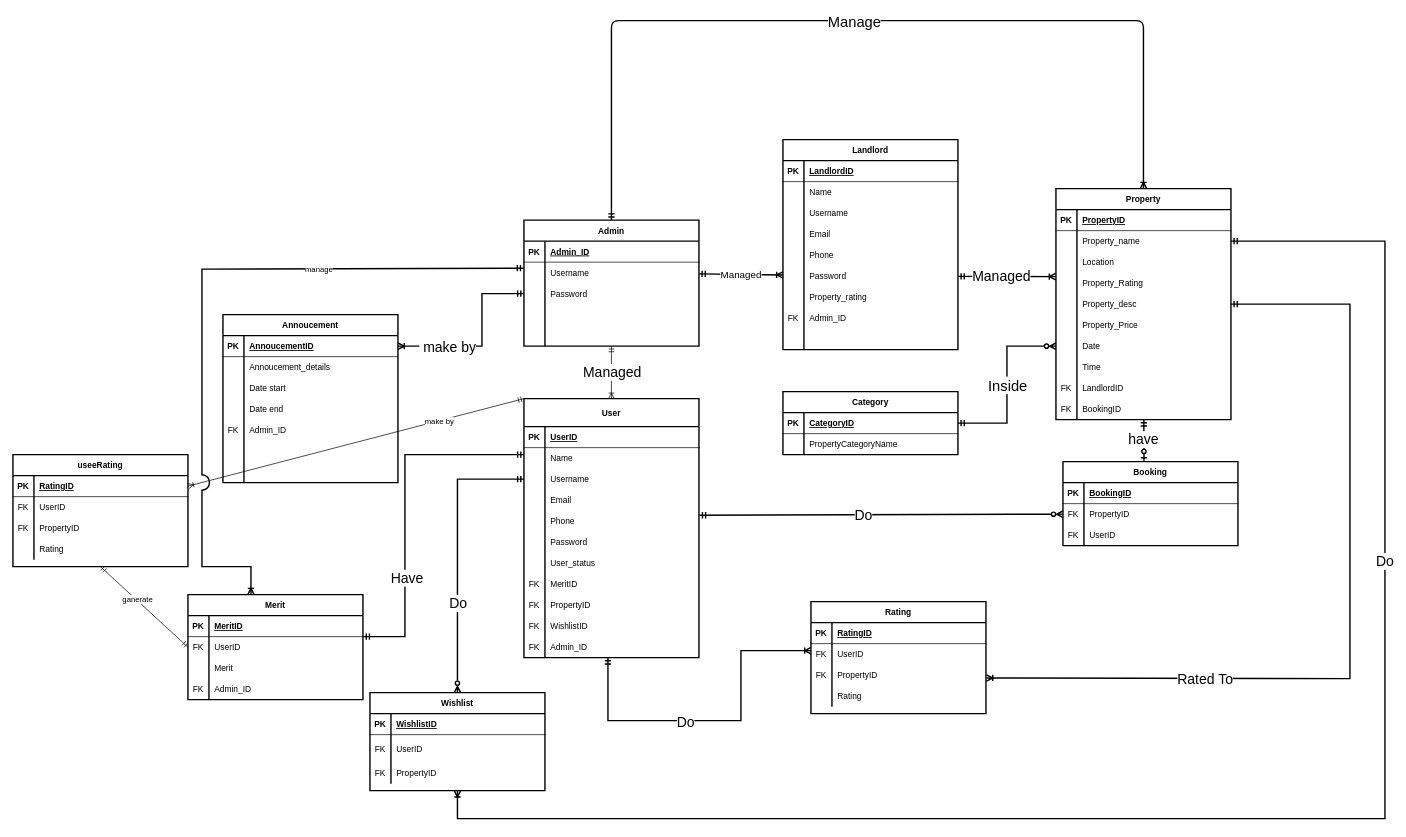
The draw.io diagram DFD FYP/ERD.drawio in SNOW15782/Fyp, before the edit. Source tidied: cells renumbered, new cells numbered last; positions are measured from the earlier drawing's top-left corner, leaving out a move shared by most shapes. Both pictures are drawn from the tidied source at 70%, with x=0, y=0 at pixel (13, 20).
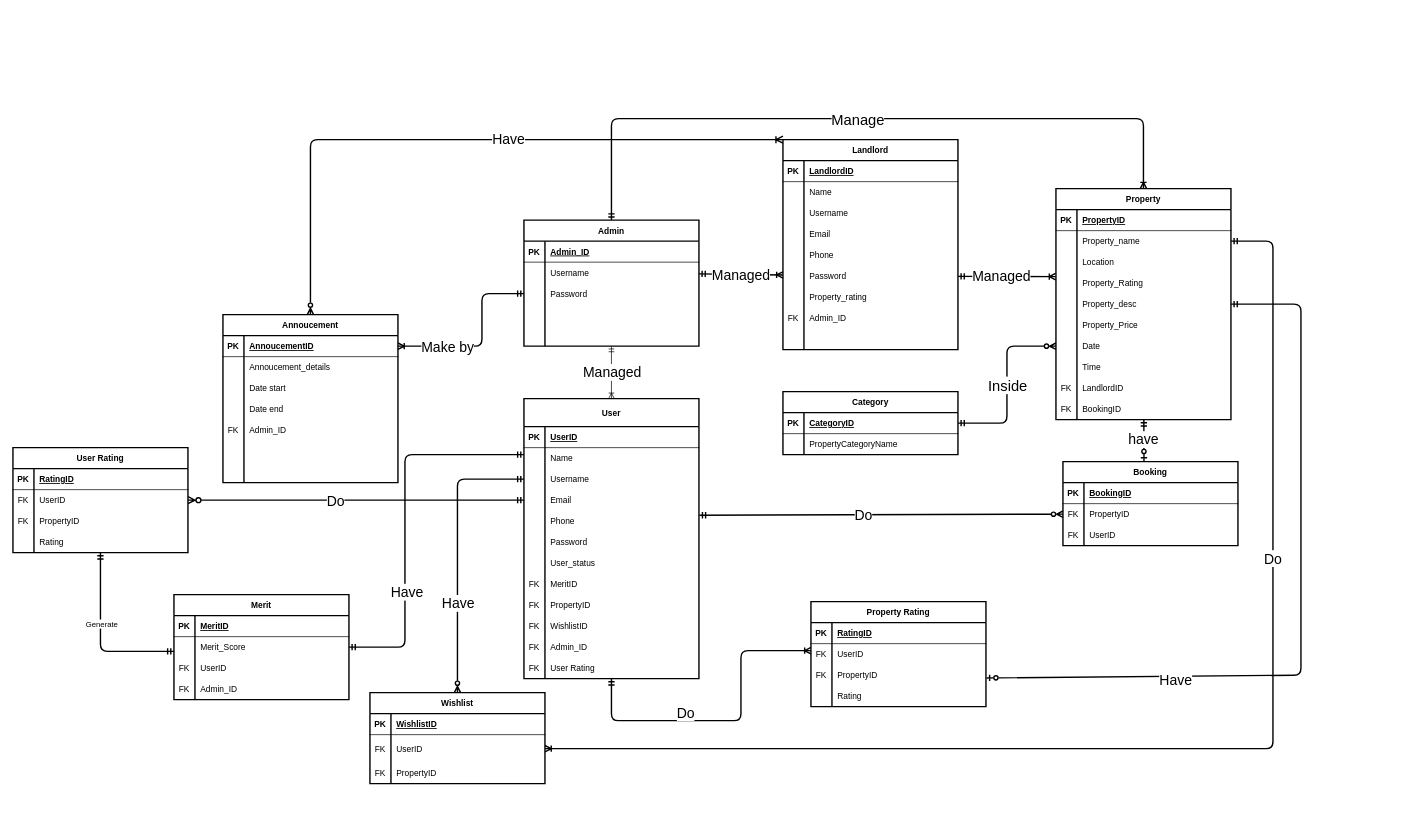
After the change.

Unchanged cells that the change refers to:
```xml
<mxCell id="30" style="shape=partialRectangle;fillColor=none;points=[[0,0.5],[1,0.5]];portConstraint=eastwest;top=0;left=0;right=0;bottom=0;" parent="23" vertex="1">
  <mxGeometry y="100" width="250" height="30" as="geometry" />
</mxCell>
<mxCell id="33" style="shape=partialRectangle;fillColor=none;points=[[0,0.5],[1,0.5]];portConstraint=eastwest;top=0;left=0;right=0;bottom=0;" parent="23" vertex="1">
  <mxGeometry y="130" width="250" height="30" as="geometry" />
</mxCell>
<mxCell id="54" style="shape=partialRectangle;fillColor=none;points=[[0,0.5],[1,0.5]];portConstraint=eastwest;top=0;left=0;right=0;bottom=0;" parent="23" vertex="1">
  <mxGeometry y="340" width="250" height="30" as="geometry" />
</mxCell>
<mxCell id="67" value="Annoucement" style="shape=table;startSize=30;childLayout=tableLayout;rowLines=0;fontStyle=1;align=center;strokeWidth=2;" parent="1" vertex="1">
  <mxGeometry x="300" y="420" width="250" height="240" as="geometry" />
</mxCell>
<mxCell id="68" style="shape=partialRectangle;fillColor=none;points=[[0,0.5],[1,0.5]];portConstraint=eastwest;top=0;left=0;right=0;bottom=1;" parent="67" vertex="1">
  <mxGeometry y="30" width="250" height="30" as="geometry" />
</mxCell>
<mxCell id="95" value="Admin" style="shape=table;startSize=30;childLayout=tableLayout;rowLines=0;fontStyle=1;align=center;strokeWidth=2;" parent="1" vertex="1">
  <mxGeometry x="730" y="285" width="250" height="180" as="geometry" />
</mxCell>
<mxCell id="99" style="shape=partialRectangle;fillColor=none;points=[[0,0.5],[1,0.5]];portConstraint=eastwest;top=0;left=0;right=0;bottom=0;" parent="95" vertex="1">
  <mxGeometry y="60" width="250" height="30" as="geometry" />
</mxCell>
<mxCell id="102" style="shape=partialRectangle;fillColor=none;points=[[0,0.5],[1,0.5]];portConstraint=eastwest;top=0;left=0;right=0;bottom=0;" parent="95" vertex="1">
  <mxGeometry y="90" width="250" height="30" as="geometry" />
</mxCell>
<mxCell id="111" value="Landlord" style="shape=table;startSize=30;childLayout=tableLayout;rowLines=0;fontStyle=1;align=center;strokeWidth=2;" parent="1" vertex="1">
  <mxGeometry x="1100" y="170" width="250" height="300" as="geometry" />
</mxCell>
<mxCell id="145" value="Property" style="shape=table;startSize=30;childLayout=tableLayout;rowLines=0;fontStyle=1;align=center;strokeWidth=2;" parent="1" vertex="1">
  <mxGeometry x="1490" y="240" width="250" height="330" as="geometry" />
</mxCell>
<mxCell id="149" style="shape=partialRectangle;fillColor=none;points=[[0,0.5],[1,0.5]];portConstraint=eastwest;top=0;left=0;right=0;bottom=0;" parent="145" vertex="1">
  <mxGeometry y="60" width="250" height="30" as="geometry" />
</mxCell>
<mxCell id="164" style="shape=partialRectangle;fillColor=none;points=[[0,0.5],[1,0.5]];portConstraint=eastwest;top=0;left=0;right=0;bottom=0;" parent="145" vertex="1">
  <mxGeometry y="210" width="250" height="30" as="geometry" />
</mxCell>
<mxCell id="178" style="edgeStyle=none;html=1;startArrow=ERmandOne;startFill=0;endArrow=ERoneToMany;endFill=0;strokeWidth=2;" parent="1" edge="1" source="99" target="127">
  <mxGeometry relative="1" as="geometry" />
</mxCell>
<mxCell id="186" style="shape=partialRectangle;fillColor=none;points=[[0,0.5],[1,0.5]];portConstraint=eastwest;top=0;left=0;right=0;bottom=0;" parent="182" vertex="1">
  <mxGeometry y="60" width="250" height="40" as="geometry" />
</mxCell>
<mxCell id="196" style="shape=partialRectangle;fillColor=none;points=[[0,0.5],[1,0.5]];portConstraint=eastwest;top=0;left=0;right=0;bottom=0;" parent="192" vertex="1">
  <mxGeometry y="60" width="250" height="30" as="geometry" />
</mxCell>
<mxCell id="199" style="shape=partialRectangle;fillColor=none;points=[[0,0.5],[1,0.5]];portConstraint=eastwest;top=0;left=0;right=0;bottom=0;" parent="192" vertex="1">
  <mxGeometry y="90" width="250" height="30" as="geometry" />
</mxCell>
<mxCell id="210" style="shape=partialRectangle;fillColor=none;points=[[0,0.5],[1,0.5]];portConstraint=eastwest;top=0;left=0;right=0;bottom=1;" parent="209" vertex="1">
  <mxGeometry y="30" width="250" height="30" as="geometry" />
</mxCell>
<mxCell id="219" style="shape=partialRectangle;fillColor=none;points=[[0,0.5],[1,0.5]];portConstraint=eastwest;top=0;left=0;right=0;bottom=1;" parent="218" vertex="1">
  <mxGeometry y="30" width="250" height="30" as="geometry" />
</mxCell>
<mxCell id="222" style="shape=partialRectangle;fillColor=none;points=[[0,0.5],[1,0.5]];portConstraint=eastwest;top=0;left=0;right=0;bottom=0;" parent="218" vertex="1">
  <mxGeometry y="60" width="250" height="30" as="geometry" />
</mxCell>
```

What changed in the source:
```diff
@@
-    <mxCell id="2" style="edgeStyle=none;rounded=0;html=1;startArrow=ERmandOne;startFill=0;endArrow=ERmandOne;endFill=0;exitX=1.001;exitY=-0.003;exitDx=0;exitDy=0;exitPerimeter=0;strokeWidth=2;" parent="1" edge="1" source="8">
+    <mxCell id="2" style="edgeStyle=none;rounded=1;html=1;startArrow=ERmandOne;startFill=0;endArrow=ERmandOne;endFill=0;exitX=1;exitY=0.5;exitDx=0;exitDy=0;strokeWidth=2;" parent="1" edge="1" source="11">
       <mxGeometry relative="1" as="geometry">
         <mxPoint x="730" y="620" as="targetPoint" />
         <Array as="points">
-          <mxPoint x="560" y="880" />
+          <mxPoint x="560" y="895" />
           <mxPoint x="560" y="620" />
         </Array>
       </mxGeometry>
     </mxCell>
@@
     <mxCell id="4" value="Merit" style="shape=table;startSize=30;childLayout=tableLayout;rowLines=0;fontStyle=1;align=center;strokeWidth=2;" parent="1" vertex="1">
-      <mxGeometry x="250" y="820" width="250" height="150" as="geometry" />
+      <mxGeometry x="230" y="820" width="250" height="150" as="geometry" />
     </mxCell>
@@
+    <mxCell id="11" style="shape=partialRectangle;fillColor=none;points=[[0,0.5],[1,0.5]];portConstraint=eastwest;top=0;left=0;right=0;bottom=0;" parent="4" vertex="1">
+      <mxGeometry y="60" width="250" height="30" as="geometry" />
+    </mxCell>
+    <mxCell id="12" style="shape=partialRectangle;overflow=hidden;fillColor=none;top=0;left=0;bottom=0;right=0;" parent="11" vertex="1">
+      <mxGeometry width="30" height="30" as="geometry" />
+    </mxCell>
+    <mxCell id="13" value="Merit_Score" style="shape=partialRectangle;overflow=hidden;fillColor=none;top=0;left=0;bottom=0;right=0;align=left;spacingLeft=6;" parent="11" vertex="1">
+      <mxGeometry x="30" width="220" height="30" as="geometry" />
+    </mxCell>
     <mxCell id="8" style="shape=partialRectangle;fillColor=none;points=[[0,0.5],[1,0.5]];portConstraint=eastwest;top=0;left=0;right=0;bottom=0;" parent="4" vertex="1">
-      <mxGeometry y="60" width="250" height="30" as="geometry" />
+      <mxGeometry y="90" width="250" height="30" as="geometry" />
     </mxCell>
@@
-    <mxCell id="11" style="shape=partialRectangle;fillColor=none;points=[[0,0.5],[1,0.5]];portConstraint=eastwest;top=0;left=0;right=0;bottom=0;" parent="4" vertex="1">
-      <mxGeometry y="90" width="250" height="30" as="geometry" />
-    </mxCell>
-    <mxCell id="12" style="shape=partialRectangle;overflow=hidden;fillColor=none;top=0;left=0;bottom=0;right=0;" parent="11" vertex="1">
-      <mxGeometry width="30" height="30" as="geometry" />
-    </mxCell>
-    <mxCell id="13" value="Merit" style="shape=partialRectangle;overflow=hidden;fillColor=none;top=0;left=0;bottom=0;right=0;align=left;spacingLeft=6;" parent="11" vertex="1">
-      <mxGeometry x="30" width="220" height="30" as="geometry" />
-    </mxCell>
@@
-    <mxCell id="17" style="edgeStyle=none;html=1;entryX=0.5;entryY=0;entryDx=0;entryDy=0;startArrow=ERmandOne;startFill=0;endArrow=ERzeroToMany;endFill=0;rounded=0;exitX=0;exitY=0.5;exitDx=0;exitDy=0;strokeWidth=2;" parent="1" edge="1" source="30" target="182">
+    <mxCell id="17" style="edgeStyle=none;html=1;entryX=0.5;entryY=0;entryDx=0;entryDy=0;startArrow=ERmandOne;startFill=0;endArrow=ERzeroToMany;endFill=0;rounded=1;exitX=0;exitY=0.5;exitDx=0;exitDy=0;strokeWidth=2;" parent="1" edge="1" source="30" target="182">
       <mxGeometry relative="1" as="geometry">
         <Array as="points">
           <mxPoint x="635" y="655" />
         </Array>
       </mxGeometry>
     </mxCell>
-    <mxCell id="18" value="&lt;font style=&quot;font-size: 20px;&quot;&gt;Do&lt;/font&gt;" style="edgeLabel;html=1;align=center;verticalAlign=middle;" parent="17" vertex="1">
+    <mxCell id="18" value="&lt;font style=&quot;font-size: 20px;&quot;&gt;Have&lt;/font&gt;" style="edgeLabel;html=1;align=center;verticalAlign=middle;" parent="17" vertex="1">
       <mxGeometry x="-0.19" relative="1" as="geometry">
         <mxPoint y="109" as="offset" />
       </mxGeometry>
     </mxCell>
-    <mxCell id="19" style="edgeStyle=none;html=1;entryX=0;entryY=0.333;entryDx=0;entryDy=0;startArrow=ERmandOne;startFill=0;endArrow=ERoneToMany;endFill=0;rounded=0;entryPerimeter=0;exitX=0.48;exitY=1;exitDx=0;exitDy=0;exitPerimeter=0;strokeWidth=2;" parent="1" edge="1" source="54" target="196">
+    <mxCell id="19" style="edgeStyle=none;html=1;entryX=0;entryY=0.333;entryDx=0;entryDy=0;startArrow=ERmandOne;startFill=0;endArrow=ERoneToMany;endFill=0;rounded=1;entryPerimeter=0;strokeWidth=2;" parent="1" edge="1" source="231" target="196">
       <mxGeometry relative="1" as="geometry">
         <Array as="points">
-          <mxPoint x="850" y="1000" />
+          <mxPoint x="855" y="1000" />
           <mxPoint x="1040" y="1000" />
           <mxPoint x="1040" y="900" />
         </Array>
       </mxGeometry>
     </mxCell>
@@
-    <mxCell id="21" style="edgeStyle=none;html=1;exitX=0;exitY=0;exitDx=0;exitDy=0;entryX=1;entryY=0.5;entryDx=0;entryDy=0;startArrow=ERmandOne;startFill=0;endArrow=ERoneToMany;endFill=0;" parent="1" edge="1" source="23" target="219">
+    <mxCell id="21" style="edgeStyle=none;html=1;exitX=0;exitY=0.5;exitDx=0;exitDy=0;entryX=1;entryY=0.5;entryDx=0;entryDy=0;startArrow=ERmandOne;startFill=0;endArrow=ERzeroToMany;endFill=0;endSize=7;strokeWidth=2;" parent="1" edge="1" source="33" target="222">
       <mxGeometry relative="1" as="geometry" />
     </mxCell>
-    <mxCell id="22" value="make by" style="edgeLabel;html=1;align=center;verticalAlign=middle;" parent="21" vertex="1">
-      <mxGeometry x="-0.49" y="1" relative="1" as="geometry" />
+    <mxCell id="22" value="&lt;font style=&quot;font-size: 20px;&quot;&gt;Do&lt;/font&gt;" style="edgeLabel;html=1;align=center;verticalAlign=middle;" parent="21" vertex="1">
+      <mxGeometry x="-0.49" y="1" relative="1" as="geometry">
+        <mxPoint x="-148" y="-1" as="offset" />
+      </mxGeometry>
     </mxCell>
     <mxCell id="23" value="User" style="shape=table;startSize=40;childLayout=tableLayout;rowLines=0;fontStyle=1;align=center;strokeWidth=2;" parent="1" vertex="1">
-      <mxGeometry x="730" y="540" width="250" height="370" as="geometry" />
+      <mxGeometry x="730" y="540" width="250" height="400" as="geometry" />
     </mxCell>
@@
+    <mxCell id="231" style="shape=partialRectangle;fillColor=none;points=[[0,0.5],[1,0.5]];portConstraint=eastwest;top=0;left=0;right=0;bottom=0;" parent="23" vertex="1">
+      <mxGeometry y="370" width="250" height="30" as="geometry" />
+    </mxCell>
+    <mxCell id="232" value="FK" style="shape=partialRectangle;overflow=hidden;fillColor=none;top=0;left=0;bottom=0;right=0;" parent="231" vertex="1">
+      <mxGeometry width="30" height="30" as="geometry" />
+    </mxCell>
+    <mxCell id="233" value="User Rating" style="shape=partialRectangle;overflow=hidden;fillColor=none;top=0;left=0;bottom=0;right=0;align=left;spacingLeft=6;" parent="231" vertex="1">
+      <mxGeometry x="30" width="220" height="30" as="geometry" />
+    </mxCell>
@@
+    <mxCell id="234" style="edgeStyle=none;html=1;exitX=0.5;exitY=0;exitDx=0;exitDy=0;entryX=0;entryY=0;entryDx=0;entryDy=0;strokeWidth=2;fontSize=20;endArrow=ERoneToMany;endFill=0;endSize=7;startArrow=ERzeroToMany;startFill=0;" parent="1" edge="1" source="67" target="111">
+      <mxGeometry relative="1" as="geometry">
+        <Array as="points">
+          <mxPoint x="425" y="170" />
+        </Array>
+      </mxGeometry>
+    </mxCell>
+    <mxCell id="235" value="Have" style="edgeLabel;html=1;align=center;verticalAlign=middle;fontSize=20;" parent="234" vertex="1">
+      <mxGeometry x="0.15" y="2" relative="1" as="geometry" />
+    </mxCell>
@@
-    <mxCell id="91" style="edgeStyle=none;rounded=0;html=1;entryX=0.36;entryY=0;entryDx=0;entryDy=0;fontSize=20;startArrow=ERmandOne;startFill=0;endArrow=ERoneToMany;endFill=0;exitX=-0.002;exitY=0.287;exitDx=0;exitDy=0;entryPerimeter=0;jumpStyle=arc;jumpSize=20;exitPerimeter=0;strokeWidth=2;" parent="1" edge="1" source="99" target="4">
-      <mxGeometry relative="1" as="geometry">
-        <Array as="points">
-          <mxPoint x="270" y="355" />
-          <mxPoint x="270" y="780" />
-          <mxPoint x="340" y="780" />
-        </Array>
-      </mxGeometry>
-    </mxCell>
-    <mxCell id="92" value="manage" style="edgeLabel;html=1;align=center;verticalAlign=middle;" parent="91" vertex="1">
-      <mxGeometry x="-0.41" relative="1" as="geometry" />
-    </mxCell>
     <mxCell id="93" style="edgeStyle=none;html=1;entryX=0.5;entryY=0;entryDx=0;entryDy=0;startArrow=ERmandOne;startFill=0;endArrow=ERoneToMany;endFill=0;strokeWidth=2;" parent="1" edge="1" source="95" target="145">
       <mxGeometry relative="1" as="geometry">
         <Array as="points">
-          <mxPoint x="855" />
-          <mxPoint x="1615" />
+          <mxPoint x="855" y="140" />
+          <mxPoint x="1615" y="140" />
         </Array>
       </mxGeometry>
     </mxCell>
@@
-    <mxCell id="141" style="edgeStyle=none;html=1;entryX=1.003;entryY=0.633;entryDx=0;entryDy=0;startArrow=ERmandOne;startFill=0;endArrow=ERoneToMany;endFill=0;rounded=0;entryPerimeter=0;strokeWidth=2;" parent="1" edge="1" source="145" target="199">
+    <mxCell id="141" style="edgeStyle=none;html=1;entryX=1.003;entryY=0.633;entryDx=0;entryDy=0;startArrow=ERmandOne;startFill=0;endArrow=ERzeroToOne;endFill=0;rounded=1;entryPerimeter=0;strokeWidth=2;" parent="1" edge="1" source="145" target="199">
       <mxGeometry relative="1" as="geometry">
         <Array as="points">
-          <mxPoint x="1910" y="405" />
-          <mxPoint x="1910" y="940" />
+          <mxPoint x="1840" y="405" />
+          <mxPoint x="1840" y="935" />
         </Array>
       </mxGeometry>
     </mxCell>
-    <mxCell id="142" value="&lt;font style=&quot;font-size: 20px;&quot;&gt;Rated To&lt;/font&gt;" style="edgeLabel;html=1;align=center;verticalAlign=middle;" parent="141" vertex="1">
+    <mxCell id="142" value="&lt;span style=&quot;font-size: 20px;&quot;&gt;Have&lt;/span&gt;" style="edgeLabel;html=1;align=center;verticalAlign=middle;" parent="141" vertex="1">
       <mxGeometry x="0.43" relative="1" as="geometry">
-        <mxPoint x="-38" as="offset" />
+        <mxPoint x="-38" y="4" as="offset" />
       </mxGeometry>
     </mxCell>
-    <mxCell id="143" style="edgeStyle=none;rounded=0;html=1;entryX=0.5;entryY=1;entryDx=0;entryDy=0;startArrow=ERmandOne;startFill=0;endArrow=ERoneToMany;endFill=0;strokeWidth=2;" parent="1" edge="1" source="149" target="182">
+    <mxCell id="143" style="edgeStyle=none;rounded=1;html=1;entryX=1;entryY=0.5;entryDx=0;entryDy=0;startArrow=ERmandOne;startFill=0;endArrow=ERoneToMany;endFill=0;strokeWidth=2;" parent="1" edge="1" source="149" target="186">
       <mxGeometry relative="1" as="geometry">
         <Array as="points">
-          <mxPoint x="1960" y="315" />
-          <mxPoint x="1960" y="1140" />
-          <mxPoint x="1340" y="1140" />
-          <mxPoint x="635" y="1140" />
+          <mxPoint x="1800" y="315" />
+          <mxPoint x="1800" y="1040" />
+          <mxPoint x="1350" y="1040" />
+          <mxPoint x="900" y="1040" />
         </Array>
       </mxGeometry>
     </mxCell>
@@
-    <mxCell id="179" value="&lt;font style=&quot;font-size: 14px;&quot;&gt;Managed&lt;/font&gt;" style="edgeLabel;html=1;align=center;verticalAlign=middle;" parent="178" vertex="1">
+    <mxCell id="179" value="&lt;font style=&quot;font-size: 20px;&quot;&gt;Managed&lt;/font&gt;" style="edgeLabel;html=1;align=center;verticalAlign=middle;" parent="178" vertex="1">
       <mxGeometry relative="1" as="geometry" />
     </mxCell>
@@
     <mxCell id="182" value="Wishlist" style="shape=table;startSize=30;childLayout=tableLayout;rowLines=0;fontStyle=1;align=center;strokeWidth=2;" parent="1" vertex="1">
-      <mxGeometry x="510" y="960" width="250" height="140" as="geometry" />
+      <mxGeometry x="510" y="960" width="250" height="130" as="geometry" />
     </mxCell>
@@
-    <mxCell id="192" value="Rating" style="shape=table;startSize=30;childLayout=tableLayout;rowLines=0;fontStyle=1;align=center;strokeWidth=2;" parent="1" vertex="1">
-      <mxGeometry x="1140" y="830" width="250" height="160" as="geometry" />
+    <mxCell id="192" value="Property Rating" style="shape=table;startSize=30;childLayout=tableLayout;rowLines=0;fontStyle=1;align=center;strokeWidth=2;" parent="1" vertex="1">
+      <mxGeometry x="1140" y="830" width="250" height="150" as="geometry" />
     </mxCell>
@@
-    <mxCell id="205" style="edgeStyle=none;html=1;entryX=1;entryY=0.5;entryDx=0;entryDy=0;startArrow=ERmandOne;startFill=0;endArrow=ERoneToMany;endFill=0;exitX=0;exitY=0.5;exitDx=0;exitDy=0;rounded=0;strokeWidth=2;" parent="1" edge="1" source="102" target="68">
+    <mxCell id="205" style="edgeStyle=none;html=1;entryX=1;entryY=0.5;entryDx=0;entryDy=0;startArrow=ERmandOne;startFill=0;endArrow=ERoneToMany;endFill=0;exitX=0;exitY=0.5;exitDx=0;exitDy=0;rounded=1;strokeWidth=2;" parent="1" edge="1" source="102" target="68">
       <mxGeometry relative="1" as="geometry">
         <Array as="points">
           <mxPoint x="670" y="390" />
           <mxPoint x="670" y="465" />
         </Array>
       </mxGeometry>
     </mxCell>
-    <mxCell id="206" value="&lt;span style=&quot;font-size: 20px;&quot;&gt;&amp;nbsp;make by&lt;/span&gt;" style="edgeLabel;html=1;align=center;verticalAlign=middle;" parent="205" vertex="1">
+    <mxCell id="206" value="&lt;span style=&quot;font-size: 20px;&quot;&gt;Make by&lt;/span&gt;" style="edgeLabel;html=1;align=center;verticalAlign=middle;" parent="205" vertex="1">
       <mxGeometry x="0.13" y="-2" relative="1" as="geometry">
         <mxPoint x="-41" y="2" as="offset" />
       </mxGeometry>
     </mxCell>
-    <mxCell id="207" style="edgeStyle=none;html=1;entryX=0;entryY=0.5;entryDx=0;entryDy=0;strokeWidth=2;fontSize=21;startArrow=ERmandOne;startFill=0;endArrow=ERzeroToMany;endFill=0;exitX=1;exitY=0.5;exitDx=0;exitDy=0;rounded=0;" parent="1" edge="1" source="210" target="164">
+    <mxCell id="207" style="edgeStyle=none;html=1;entryX=0;entryY=0.5;entryDx=0;entryDy=0;strokeWidth=2;fontSize=21;startArrow=ERmandOne;startFill=0;endArrow=ERzeroToMany;endFill=0;exitX=1;exitY=0.5;exitDx=0;exitDy=0;rounded=1;" parent="1" edge="1" source="210" target="164">
       <mxGeometry relative="1" as="geometry">
         <Array as="points">
           <mxPoint x="1420" y="575" />
           <mxPoint x="1420" y="465" />
         </Array>
       </mxGeometry>
     </mxCell>
@@
-    <mxCell id="216" style="edgeStyle=none;html=1;exitX=0.5;exitY=1;exitDx=0;exitDy=0;entryX=0;entryY=0.5;entryDx=0;entryDy=0;startArrow=ERmandOne;startFill=0;endArrow=ERmandOne;endFill=0;" parent="1" edge="1" source="218" target="8">
-      <mxGeometry relative="1" as="geometry" />
+    <mxCell id="216" style="edgeStyle=none;html=1;exitX=0.5;exitY=1;exitDx=0;exitDy=0;entryX=0;entryY=0.703;entryDx=0;entryDy=0;startArrow=ERmandOne;startFill=0;endArrow=ERmandOne;endFill=0;strokeWidth=2;entryPerimeter=0;" parent="1" edge="1" source="218" target="11">
+      <mxGeometry relative="1" as="geometry">
+        <Array as="points">
+          <mxPoint x="125" y="901" />
+        </Array>
+      </mxGeometry>
     </mxCell>
-    <mxCell id="217" value="ganerate" style="edgeLabel;html=1;align=center;verticalAlign=middle;" parent="216" vertex="1">
+    <mxCell id="217" value="Generate" style="edgeLabel;html=1;align=center;verticalAlign=middle;" parent="216" vertex="1">
       <mxGeometry x="-0.18" y="1" relative="1" as="geometry" />
     </mxCell>
-    <mxCell id="218" value="useeRating" style="shape=table;startSize=30;childLayout=tableLayout;rowLines=0;fontStyle=1;align=center;strokeWidth=2;" parent="1" vertex="1">
-      <mxGeometry y="620" width="250" height="160" as="geometry" />
+    <mxCell id="218" value="User Rating" style="shape=table;startSize=30;childLayout=tableLayout;rowLines=0;fontStyle=1;align=center;strokeWidth=2;" parent="1" vertex="1">
+      <mxGeometry y="610" width="250" height="150" as="geometry" />
     </mxCell>
```
